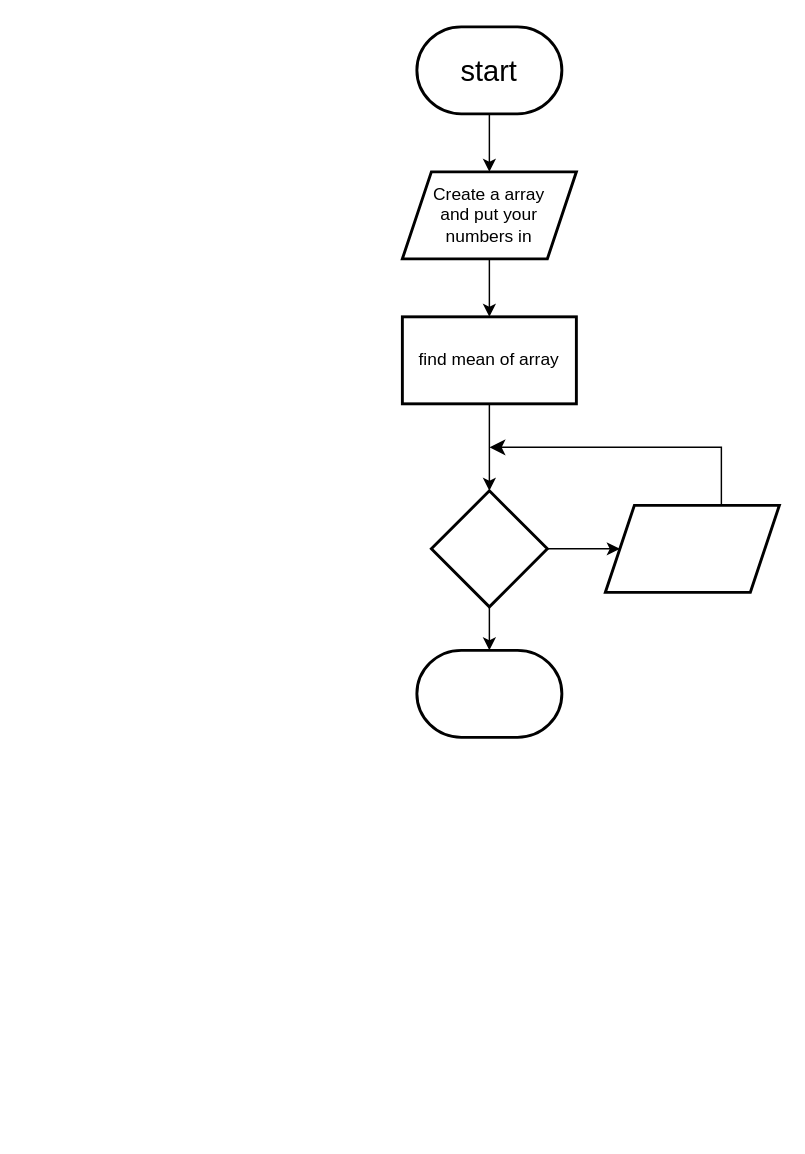
Above: Untitled Diagram.drawio in griffin919/flowcharts (draw.io), before the change. Source tidied: cells renumbered, new cells numbered last; positions are measured from the earlier drawing's top-left corner, leaving out a move shared by most shapes. Both pictures are drawn from the tidied source at 145%, with x=0, y=0 at pixel (402, 26).
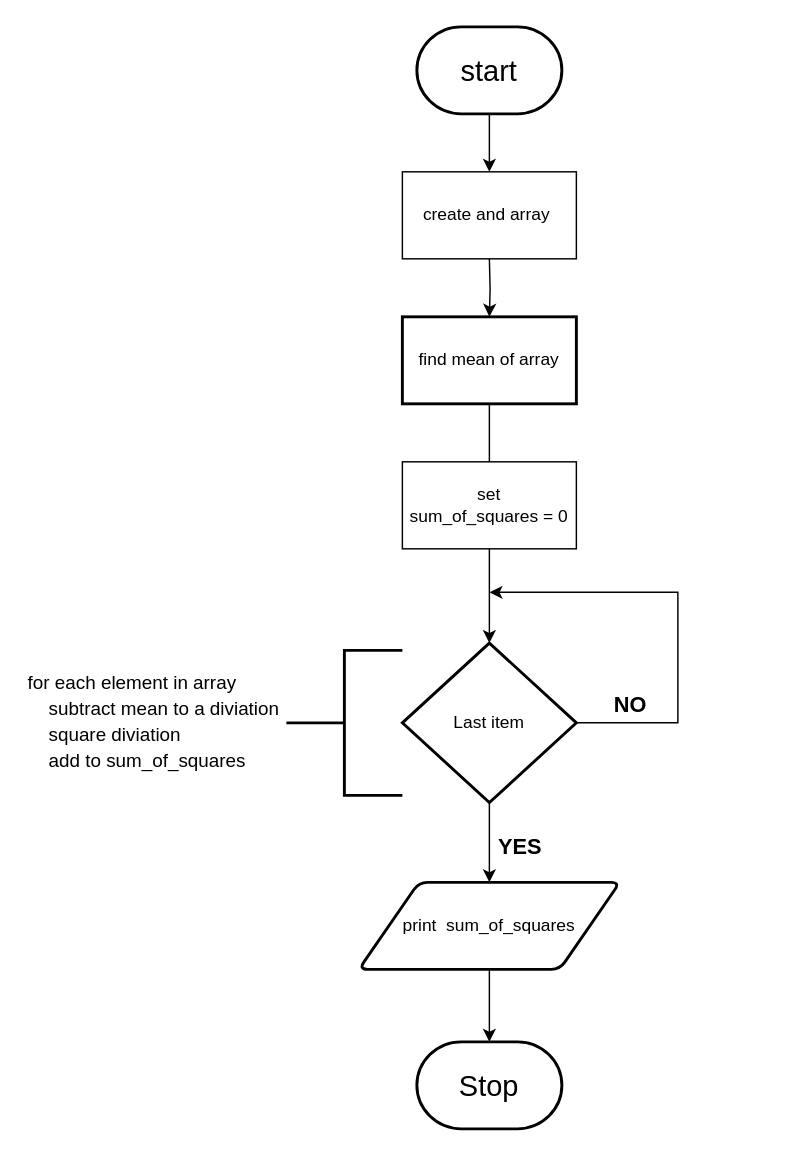
Above is the later version.

Commit message:
sum of squares done

Unchanged cells that the change refers to:
```xml
<mxCell id="3" value="&lt;font style=&quot;font-size: 20px;&quot;&gt;start&lt;/font&gt;" style="strokeWidth=2;html=1;shape=mxgraph.flowchart.terminator;whiteSpace=wrap;" parent="1" vertex="1">
  <mxGeometry x="10" width="100" height="60" as="geometry" />
</mxCell>
<mxCell id="7" value="find mean of array" style="whiteSpace=wrap;html=1;strokeWidth=2;" parent="1" vertex="1">
  <mxGeometry y="200" width="120" height="60" as="geometry" />
</mxCell>
```

What changed in the source:
```diff
@@
-    <mxCell id="2" style="edgeStyle=orthogonalEdgeStyle;rounded=0;jettySize=auto;html=1;fontSize=20;" parent="1" edge="1" source="3" target="5">
-      <mxGeometry relative="1" as="geometry" />
+    <mxCell id="2" style="edgeStyle=orthogonalEdgeStyle;rounded=0;jettySize=auto;html=1;fontSize=20;" parent="1" edge="1" source="3">
+      <mxGeometry relative="1" as="geometry">
+        <mxPoint x="60" y="100" as="targetPoint" />
+      </mxGeometry>
     </mxCell>
@@
-    <mxCell id="4" style="edgeStyle=orthogonalEdgeStyle;rounded=0;jettySize=auto;html=1;fontSize=20;" parent="1" edge="1" source="5" target="7">
-      <mxGeometry relative="1" as="geometry" />
+    <mxCell id="4" style="edgeStyle=orthogonalEdgeStyle;rounded=0;jettySize=auto;html=1;fontSize=20;" parent="1" edge="1" target="7">
+      <mxGeometry relative="1" as="geometry">
+        <mxPoint x="60" y="160" as="sourcePoint" />
+      </mxGeometry>
     </mxCell>
-    <mxCell id="5" value="Create a array&lt;br&gt;and put your &lt;br&gt;numbers in" style="shape=parallelogram;perimeter=parallelogramPerimeter;whiteSpace=wrap;html=1;fixedSize=1;strokeWidth=2;" parent="1" vertex="1">
-      <mxGeometry y="100" width="120" height="60" as="geometry" />
-    </mxCell>
@@
-    <mxCell id="8" style="edgeStyle=orthogonalEdgeStyle;rounded=0;jettySize=auto;html=1;fontSize=20;" parent="1" edge="1" source="10" target="11">
-      <mxGeometry relative="1" as="geometry" />
+    <mxCell id="8" style="edgeStyle=orthogonalEdgeStyle;rounded=0;jettySize=auto;html=1;fontSize=20;" parent="1" edge="1" source="10">
+      <mxGeometry relative="1" as="geometry">
+        <mxPoint x="60" y="390" as="targetPoint" />
+        <Array as="points">
+          <mxPoint x="190" y="480" />
+        </Array>
+      </mxGeometry>
     </mxCell>
-    <mxCell id="9" style="edgeStyle=orthogonalEdgeStyle;rounded=0;jettySize=auto;html=1;fontSize=20;" parent="1" edge="1" source="10" target="13">
-      <mxGeometry relative="1" as="geometry" />
+    <mxCell id="9" style="edgeStyle=orthogonalEdgeStyle;rounded=0;jettySize=auto;html=1;fontSize=20;" parent="1" edge="1" source="10">
+      <mxGeometry relative="1" as="geometry">
+        <mxPoint x="60" y="590" as="targetPoint" />
+      </mxGeometry>
     </mxCell>
-    <mxCell id="10" style="rhombus;whiteSpace=wrap;html=1;strokeWidth=2;" parent="1" vertex="1">
-      <mxGeometry x="20" y="320" width="80" height="80" as="geometry" />
+    <mxCell id="10" value="Last item" style="rhombus;whiteSpace=wrap;html=1;strokeWidth=2;" parent="1" vertex="1">
+      <mxGeometry y="425" width="120" height="110" as="geometry" />
     </mxCell>
-    <mxCell id="11" style="shape=parallelogram;perimeter=parallelogramPerimeter;whiteSpace=wrap;html=1;fixedSize=1;strokeWidth=2;" parent="1" vertex="1">
-      <mxGeometry x="140" y="330" width="120" height="60" as="geometry" />
-    </mxCell>
-    <mxCell id="12" style="edgeStyle=segmentEdgeStyle;endArrow=classic;html=1;curved=0;rounded=0;endSize=8;startSize=8;fontSize=20;exitX=0.5;exitY=0;exitDx=0;exitDy=0;" parent="1" edge="1" source="11">
-      <mxGeometry relative="1" as="geometry">
-        <mxPoint x="60" y="290" as="targetPoint" />
-        <Array as="points">
-          <mxPoint x="220" y="290" />
-        </Array>
-      </mxGeometry>
-    </mxCell>
-    <mxCell id="13" style="strokeWidth=2;html=1;shape=mxgraph.flowchart.terminator;whiteSpace=wrap;fontSize=20;" parent="1" vertex="1">
-      <mxGeometry x="10" y="430" width="100" height="60" as="geometry" />
+    <mxCell id="13" value="Stop" style="strokeWidth=2;html=1;shape=mxgraph.flowchart.terminator;whiteSpace=wrap;fontSize=20;" parent="1" vertex="1">
+      <mxGeometry x="10" y="700" width="100" height="60" as="geometry" />
     </mxCell>
+    <mxCell id="14" value="&lt;font style=&quot;font-size: 15px;&quot;&gt;&lt;b&gt;YES&lt;/b&gt;&lt;/font&gt;" style="text;html=1;align=center;verticalAlign=middle;strokeColor=none;fillColor=none;fontSize=20;" parent="1" vertex="1">
+      <mxGeometry x="56" y="543" width="50" height="40" as="geometry" />
+    </mxCell>
+    <mxCell id="15" value="&lt;span style=&quot;font-size: 15px;&quot;&gt;&lt;b&gt;NO&lt;/b&gt;&lt;/span&gt;" style="text;html=1;align=center;verticalAlign=middle;strokeColor=none;fillColor=none;fontSize=20;" parent="1" vertex="1">
+      <mxGeometry x="132" y="445" width="50" height="40" as="geometry" />
+    </mxCell>
+    <mxCell id="16" style="strokeWidth=2;html=1;shape=mxgraph.flowchart.annotation_2;align=left;labelPosition=right;fontSize=15;" parent="1" vertex="1">
+      <mxGeometry x="-80" y="430" width="80" height="100" as="geometry" />
+    </mxCell>
+    <mxCell id="17" value="&lt;font style=&quot;font-size: 13px;&quot;&gt;for each element in array&lt;br&gt;&amp;nbsp; &amp;nbsp; subtract mean to a diviation&lt;br&gt;&amp;nbsp; &amp;nbsp; square diviation &lt;br&gt;&amp;nbsp; &amp;nbsp; add to sum_of_squares&lt;/font&gt;" style="text;html=1;strokeColor=none;fillColor=none;align=left;verticalAlign=middle;whiteSpace=wrap;rounded=0;fontSize=15;" parent="1" vertex="1">
+      <mxGeometry x="-260" y="460" width="190" height="35" as="geometry" />
+    </mxCell>
+    <mxCell id="18" value="create and array&amp;nbsp;" style="rounded=0;whiteSpace=wrap;html=1;fontSize=12;" parent="1" vertex="1">
+      <mxGeometry y="100" width="120" height="60" as="geometry" />
+    </mxCell>
+    <mxCell id="19" value="set&lt;br style=&quot;border-color: var(--border-color);&quot;&gt;sum_of_squares = 0" style="rounded=0;whiteSpace=wrap;html=1;fontSize=12;" parent="1" vertex="1">
+      <mxGeometry y="300" width="120" height="60" as="geometry" />
+    </mxCell>
+    <mxCell id="20" style="edgeStyle=orthogonalEdgeStyle;rounded=0;jettySize=auto;html=1;fontSize=12;" parent="1" edge="1" source="21" target="13">
+      <mxGeometry relative="1" as="geometry" />
+    </mxCell>
+    <mxCell id="21" value="print&amp;nbsp; sum_of_squares" style="shape=parallelogram;html=1;strokeWidth=2;perimeter=parallelogramPerimeter;whiteSpace=wrap;rounded=1;arcSize=12;size=0.23;fontSize=12;" parent="1" vertex="1">
+      <mxGeometry x="-30" y="590" width="180" height="60" as="geometry" />
+    </mxCell>
```
